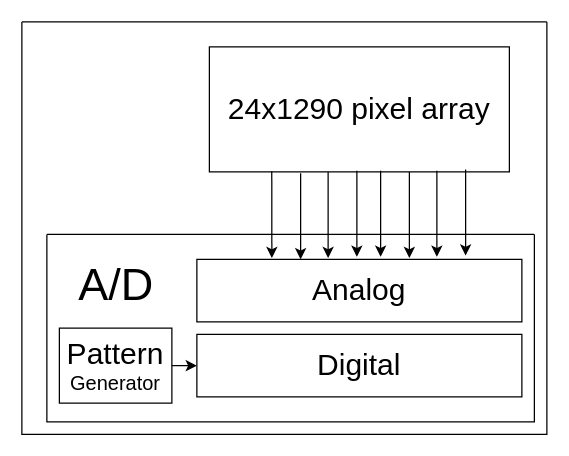
The draw.io diagram Diagrams/background.drawio in sabarioded/Patterns_Project, before the edit. Source tidied: cells renumbered, new cells numbered last; positions are measured from the earlier drawing's top-left corner, leaving out a move shared by most shapes. Both pictures are drawn from the tidied source at 125%, with x=0, y=0 at pixel (21, 21).
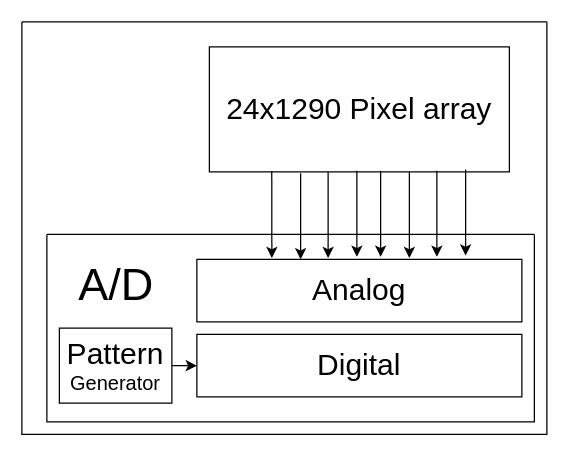
The same page after the edit.

The edit, as a diff of the source:
```diff
@@
-    <mxCell id="2" value="&lt;font style=&quot;font-size: 24px;&quot;&gt;24x1290 pixel array&lt;/font&gt;" style="rounded=0;whiteSpace=wrap;html=1;" parent="1" vertex="1">
+    <mxCell id="2" value="&lt;font style=&quot;font-size: 24px;&quot;&gt;24x1290 Pixel array&lt;/font&gt;" style="rounded=0;whiteSpace=wrap;html=1;" parent="1" vertex="1">
       <mxGeometry x="150" y="20" width="240" height="100" as="geometry" />
     </mxCell>
```
